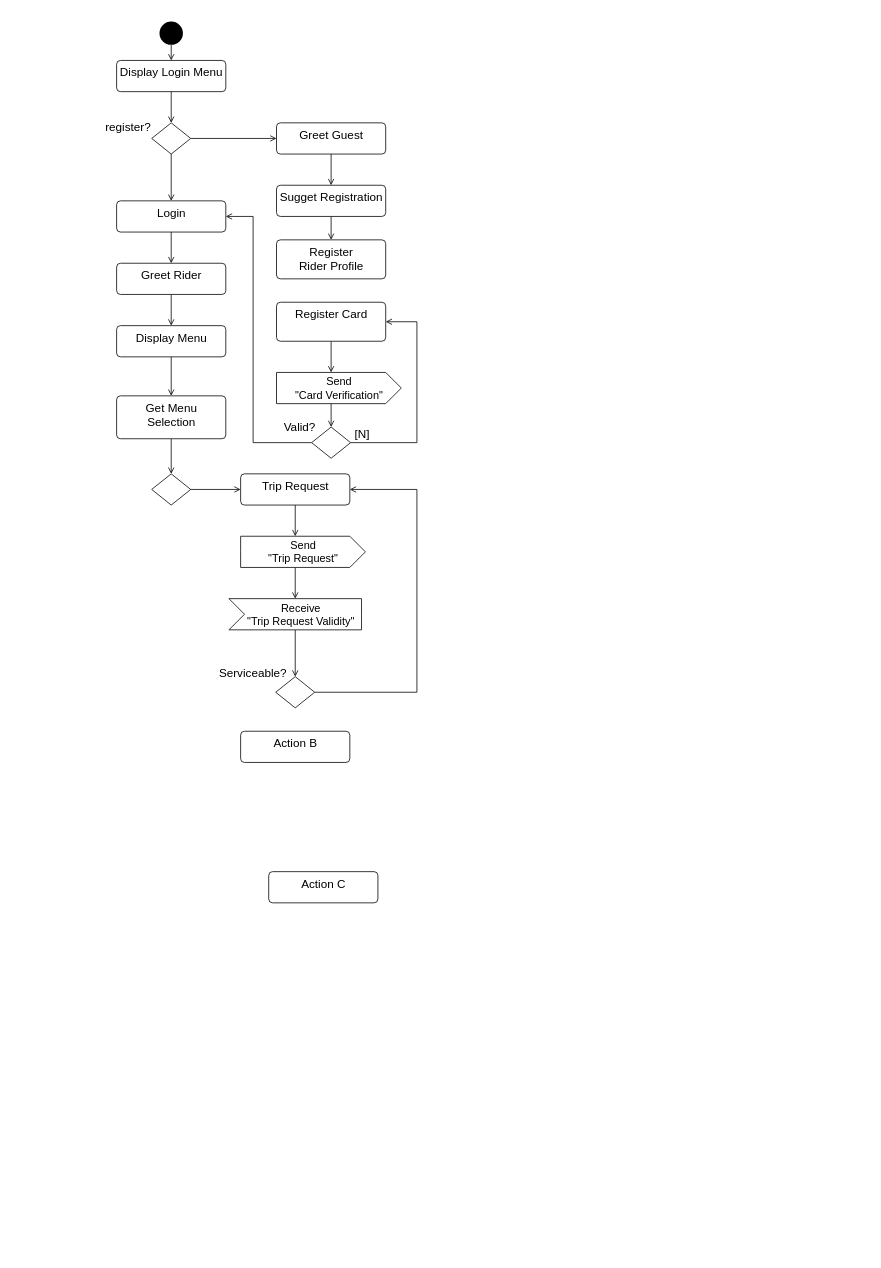
Earlier version of the draw.io diagram page "Page-4" (4 of 4) of diagram.drawio (mypark3424/AbstractFactoryChallenge). Source tidied: cells renumbered, new cells numbered last; positions are measured from the earlier drawing's top-left corner, leaving out a move shared by most shapes. Both pictures are drawn from the tidied source at 78%, with x=0, y=0 at pixel (105, 21).
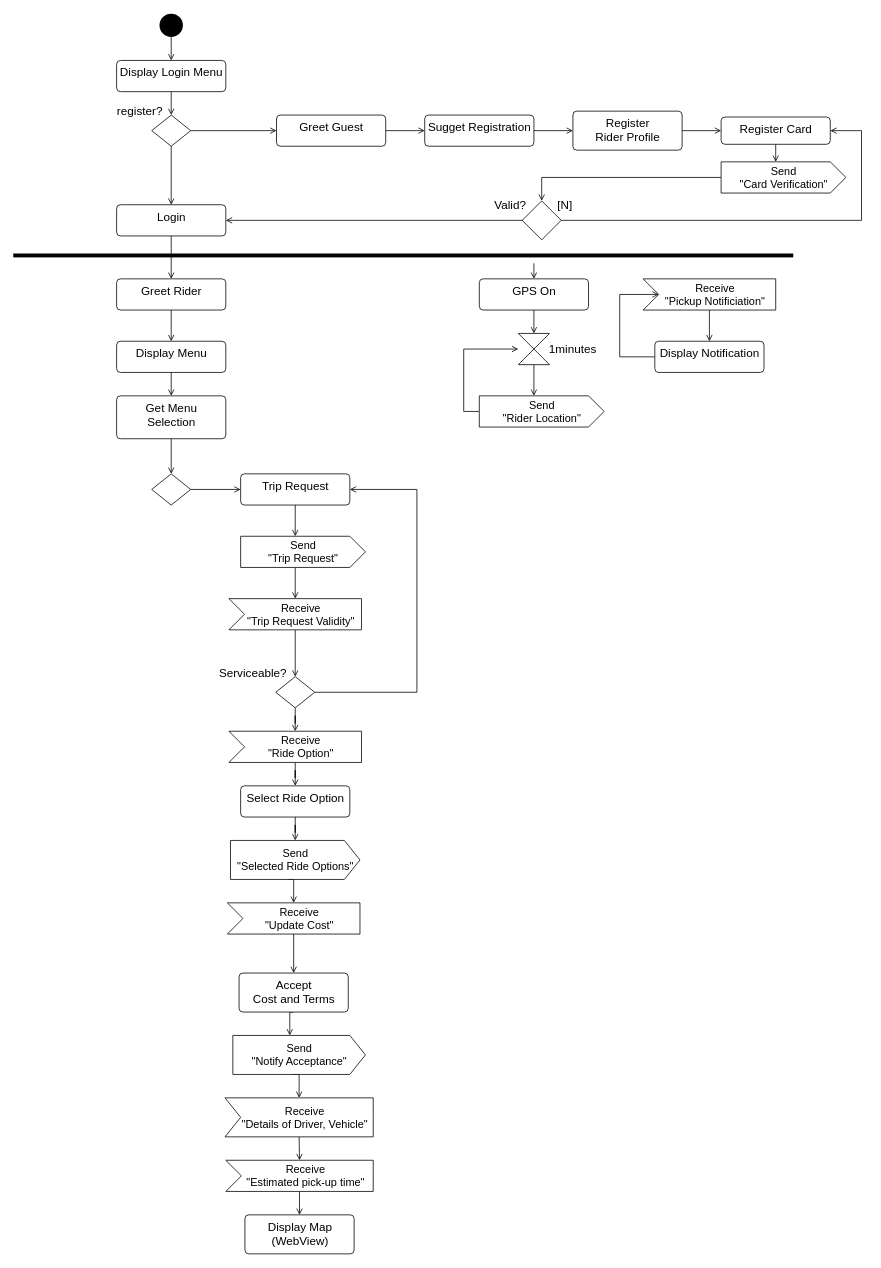
Above is the later version.

Unchanged cells that the change refers to:
```xml
<mxCell id="42" style="rhombus;whiteSpace=wrap;html=1;fontFamily=Helvetica;fontSize=15;fontColor=default;" parent="1" vertex="1">
  <mxGeometry x="219" y="840" width="50" height="40" as="geometry" />
</mxCell>
```

What changed in the source:
```diff
@@
     <mxCell id="3" value="ㅑㅜ" style="ellipse;fillColor=#000000;strokeColor=none;fontFamily=Helvetica;fontSize=15;fontColor=default;" parent="1" vertex="1">
-      <mxGeometry x="70" width="30" height="30" as="geometry" />
+      <mxGeometry x="70" y="-10" width="30" height="30" as="geometry" />
     </mxCell>
@@
     <mxCell id="8" style="rhombus;whiteSpace=wrap;html=1;fontFamily=Helvetica;fontSize=15;fontColor=default;" parent="1" vertex="1">
-      <mxGeometry x="60" y="130" width="50" height="40" as="geometry" />
+      <mxGeometry x="60" y="120" width="50" height="40" as="geometry" />
     </mxCell>
     <mxCell id="9" value="register?" style="text;html=1;strokeColor=none;fillColor=none;align=center;verticalAlign=middle;whiteSpace=wrap;rounded=0;fontFamily=Helvetica;fontSize=15;fontColor=default;" parent="1" vertex="1">
-      <mxGeometry y="120" width="60" height="30" as="geometry" />
+      <mxGeometry x="15" y="100" width="60" height="30" as="geometry" />
     </mxCell>
-    <mxCell id="10" style="edgeStyle=none;shape=connector;rounded=0;jettySize=auto;html=1;exitX=0.5;exitY=1;exitDx=0;exitDy=0;labelBackgroundColor=default;fontFamily=Helvetica;fontSize=15;fontColor=default;endArrow=open;endFill=0;strokeColor=default;" parent="1" edge="1" source="11" target="13">
+    <mxCell id="10" style="edgeStyle=none;shape=connector;rounded=0;jettySize=auto;html=1;exitX=1;exitY=0.5;exitDx=0;exitDy=0;labelBackgroundColor=default;fontFamily=Helvetica;fontSize=15;fontColor=default;endArrow=open;endFill=0;strokeColor=default;" parent="1" edge="1" source="11" target="13">
       <mxGeometry relative="1" as="geometry" />
     </mxCell>
     <mxCell id="11" value="Greet Guest" style="html=1;align=center;verticalAlign=top;rounded=1;absoluteArcSize=1;arcSize=10;dashed=0;fontFamily=Helvetica;fontSize=15;fontColor=default;" parent="1" vertex="1">
-      <mxGeometry x="220" y="130" width="140" height="40" as="geometry" />
+      <mxGeometry x="220" y="120" width="140" height="40" as="geometry" />
     </mxCell>
-    <mxCell id="12" style="edgeStyle=orthogonalEdgeStyle;shape=connector;rounded=0;jettySize=auto;html=1;exitX=0.5;exitY=1;exitDx=0;exitDy=0;entryX=0.5;entryY=0;entryDx=0;entryDy=0;labelBackgroundColor=default;fontFamily=Helvetica;fontSize=15;fontColor=default;endArrow=open;endFill=0;strokeColor=default;" parent="1" edge="1" source="13" target="26">
+    <mxCell id="12" style="edgeStyle=orthogonalEdgeStyle;shape=connector;rounded=0;jettySize=auto;html=1;exitX=1;exitY=0.5;exitDx=0;exitDy=0;entryX=0;entryY=0.5;entryDx=0;entryDy=0;labelBackgroundColor=default;fontFamily=Helvetica;fontSize=15;fontColor=default;endArrow=open;endFill=0;strokeColor=default;" parent="1" edge="1" source="13" target="26">
       <mxGeometry relative="1" as="geometry" />
     </mxCell>
     <mxCell id="13" value="Sugget Registration" style="html=1;align=center;verticalAlign=top;rounded=1;absoluteArcSize=1;arcSize=10;dashed=0;fontFamily=Helvetica;fontSize=15;fontColor=default;" parent="1" vertex="1">
-      <mxGeometry x="220" y="210" width="140" height="40" as="geometry" />
+      <mxGeometry x="410" y="120" width="140" height="40" as="geometry" />
     </mxCell>
@@
     <mxCell id="15" value="Greet Rider" style="html=1;align=center;verticalAlign=top;rounded=1;absoluteArcSize=1;arcSize=10;dashed=0;fontFamily=Helvetica;fontSize=15;fontColor=default;" parent="1" vertex="1">
-      <mxGeometry x="15" y="310" width="140" height="40" as="geometry" />
+      <mxGeometry x="15" y="330" width="140" height="40" as="geometry" />
     </mxCell>
@@
     <mxCell id="17" value="Display Menu" style="html=1;align=center;verticalAlign=top;rounded=1;absoluteArcSize=1;arcSize=10;dashed=0;fontFamily=Helvetica;fontSize=15;fontColor=default;" parent="1" vertex="1">
-      <mxGeometry x="15" y="390" width="140" height="40" as="geometry" />
+      <mxGeometry x="15" y="410" width="140" height="40" as="geometry" />
     </mxCell>
@@
+    <mxCell id="46" style="edgeStyle=orthogonalEdgeStyle;shape=connector;rounded=0;jettySize=auto;html=1;exitX=0.5;exitY=1;exitDx=0;exitDy=0;labelBackgroundColor=default;fontFamily=Helvetica;fontSize=15;fontColor=default;endArrow=open;endFill=0;strokeColor=default;" parent="1" edge="1" source="24" target="53">
+      <mxGeometry relative="1" as="geometry" />
+    </mxCell>
-    <mxCell id="24" value="Action B" style="html=1;align=center;verticalAlign=top;rounded=1;absoluteArcSize=1;arcSize=10;dashed=0;fontFamily=Helvetica;fontSize=15;fontColor=default;" parent="1" vertex="1">
-      <mxGeometry x="174" y="910" width="140" height="40" as="geometry" />
+    <mxCell id="24" value="Select Ride Option" style="html=1;align=center;verticalAlign=top;rounded=1;absoluteArcSize=1;arcSize=10;dashed=0;fontFamily=Helvetica;fontSize=15;fontColor=default;" parent="1" vertex="1">
+      <mxGeometry x="174" y="980" width="140" height="40" as="geometry" />
     </mxCell>
+    <mxCell id="47" style="edgeStyle=orthogonalEdgeStyle;shape=connector;rounded=0;jettySize=auto;html=1;exitX=0.5;exitY=1;exitDx=0;exitDy=0;entryX=0;entryY=0;entryDx=73;entryDy=0;entryPerimeter=0;labelBackgroundColor=default;fontFamily=Helvetica;fontSize=15;fontColor=default;endArrow=open;endFill=0;strokeColor=default;" parent="1" edge="1" source="25" target="57">
+      <mxGeometry relative="1" as="geometry" />
+    </mxCell>
-    <mxCell id="25" value="Action C" style="html=1;align=center;verticalAlign=top;rounded=1;absoluteArcSize=1;arcSize=10;dashed=0;fontFamily=Helvetica;fontSize=15;fontColor=default;" parent="1" vertex="1">
-      <mxGeometry x="210" y="1090" width="140" height="40" as="geometry" />
+    <mxCell id="25" value="Accept &lt;br&gt;Cost and Terms" style="html=1;align=center;verticalAlign=top;rounded=1;absoluteArcSize=1;arcSize=10;dashed=0;fontFamily=Helvetica;fontSize=15;fontColor=default;" parent="1" vertex="1">
+      <mxGeometry x="172" y="1220" width="140" height="50" as="geometry" />
     </mxCell>
+    <mxCell id="48" style="edgeStyle=orthogonalEdgeStyle;shape=connector;rounded=0;jettySize=auto;html=1;exitX=1;exitY=0.5;exitDx=0;exitDy=0;entryX=0;entryY=0.5;entryDx=0;entryDy=0;labelBackgroundColor=default;fontFamily=Helvetica;fontSize=15;fontColor=default;endArrow=open;endFill=0;strokeColor=default;" parent="1" edge="1" source="26" target="31">
+      <mxGeometry relative="1" as="geometry" />
+    </mxCell>
     <mxCell id="26" value="Register &lt;br&gt;Rider Profile" style="html=1;align=center;verticalAlign=top;rounded=1;absoluteArcSize=1;arcSize=10;dashed=0;fontFamily=Helvetica;fontSize=15;fontColor=default;" parent="1" vertex="1">
-      <mxGeometry x="220" y="280" width="140" height="50" as="geometry" />
+      <mxGeometry x="600" y="115" width="140" height="50" as="geometry" />
     </mxCell>
@@
     <mxCell id="28" value="Login" style="html=1;align=center;verticalAlign=top;rounded=1;absoluteArcSize=1;arcSize=10;dashed=0;fontFamily=Helvetica;fontSize=15;fontColor=default;" parent="1" vertex="1">
-      <mxGeometry x="15" y="230" width="140" height="40" as="geometry" />
+      <mxGeometry x="15" y="235" width="140" height="40" as="geometry" />
     </mxCell>
@@
     <mxCell id="31" value="Register Card" style="html=1;align=center;verticalAlign=top;rounded=1;absoluteArcSize=1;arcSize=10;dashed=0;fontFamily=Helvetica;fontSize=15;fontColor=default;" parent="1" vertex="1">
-      <mxGeometry x="220" y="360" width="140" height="50" as="geometry" />
+      <mxGeometry x="790" y="122.5" width="140" height="35" as="geometry" />
     </mxCell>
-    <mxCell id="32" style="edgeStyle=orthogonalEdgeStyle;shape=connector;rounded=0;jettySize=auto;html=1;exitX=0;exitY=0;exitDx=70;exitDy=40;exitPerimeter=0;entryX=0.5;entryY=0;entryDx=0;entryDy=0;labelBackgroundColor=default;fontFamily=Helvetica;fontSize=15;fontColor=default;endArrow=open;endFill=0;strokeColor=default;" parent="1" edge="1" source="33" target="36">
+    <mxCell id="32" style="edgeStyle=orthogonalEdgeStyle;shape=connector;rounded=0;jettySize=auto;html=1;exitX=0;exitY=0;exitDx=0;exitDy=20;exitPerimeter=0;entryX=0.5;entryY=0;entryDx=0;entryDy=0;labelBackgroundColor=default;fontFamily=Helvetica;fontSize=15;fontColor=default;endArrow=open;endFill=0;strokeColor=default;" parent="1" edge="1" source="33" target="36">
       <mxGeometry relative="1" as="geometry" />
     </mxCell>
     <mxCell id="33" value="Send&lt;br&gt;&quot;Card Verification&quot;" style="html=1;shape=mxgraph.infographic.ribbonSimple;notch1=0;notch2=20;align=center;verticalAlign=middle;fontSize=14;fontStyle=0;fillColor=#FFFFFF;fontFamily=Helvetica;fontColor=default;" parent="1" vertex="1">
-      <mxGeometry x="220" y="450" width="160" height="40" as="geometry" />
+      <mxGeometry x="790" y="180" width="160" height="40" as="geometry" />
     </mxCell>
     <mxCell id="34" style="edgeStyle=orthogonalEdgeStyle;shape=connector;rounded=0;jettySize=auto;html=1;exitX=1;exitY=0.5;exitDx=0;exitDy=0;entryX=1;entryY=0.5;entryDx=0;entryDy=0;labelBackgroundColor=default;fontFamily=Helvetica;fontSize=15;fontColor=default;endArrow=open;endFill=0;strokeColor=default;" parent="1" edge="1" source="36" target="31">
       <mxGeometry relative="1" as="geometry">
         <Array as="points">
-          <mxPoint x="400" y="540" />
-          <mxPoint x="400" y="385" />
+          <mxPoint x="970" y="255" />
+          <mxPoint x="970" y="140" />
         </Array>
       </mxGeometry>
     </mxCell>
     <mxCell id="35" style="edgeStyle=orthogonalEdgeStyle;shape=connector;rounded=0;jettySize=auto;html=1;exitX=0;exitY=0.5;exitDx=0;exitDy=0;entryX=1;entryY=0.5;entryDx=0;entryDy=0;labelBackgroundColor=default;fontFamily=Helvetica;fontSize=15;fontColor=default;endArrow=open;endFill=0;strokeColor=default;" parent="1" edge="1" source="36" target="28">
       <mxGeometry relative="1" as="geometry">
         <Array as="points">
-          <mxPoint x="190" y="540" />
-          <mxPoint x="190" y="250" />
+          <mxPoint x="550" y="255" />
+          <mxPoint x="550" y="255" />
         </Array>
       </mxGeometry>
     </mxCell>
     <mxCell id="36" style="rhombus;whiteSpace=wrap;html=1;fontFamily=Helvetica;fontSize=15;fontColor=default;" parent="1" vertex="1">
-      <mxGeometry x="265" y="520" width="50" height="40" as="geometry" />
+      <mxGeometry x="535" y="230" width="50" height="50" as="geometry" />
     </mxCell>
     <mxCell id="37" value="Valid?" style="text;html=1;strokeColor=none;fillColor=none;align=center;verticalAlign=middle;whiteSpace=wrap;rounded=0;fontFamily=Helvetica;fontSize=15;fontColor=default;" parent="1" vertex="1">
-      <mxGeometry x="220" y="505" width="60" height="30" as="geometry" />
+      <mxGeometry x="490" y="220" width="60" height="30" as="geometry" />
     </mxCell>
     <mxCell id="38" value="[N]" style="text;html=1;strokeColor=none;fillColor=none;align=center;verticalAlign=middle;whiteSpace=wrap;rounded=0;fontFamily=Helvetica;fontSize=15;fontColor=default;" parent="1" vertex="1">
-      <mxGeometry x="300" y="513" width="60" height="30" as="geometry" />
+      <mxGeometry x="560" y="220" width="60" height="30" as="geometry" />
     </mxCell>
@@
+    <mxCell id="49" style="edgeStyle=orthogonalEdgeStyle;shape=connector;rounded=0;jettySize=auto;html=1;exitX=0.5;exitY=1;exitDx=0;exitDy=0;labelBackgroundColor=default;fontFamily=Helvetica;fontSize=15;fontColor=default;endArrow=open;endFill=0;strokeColor=default;" parent="1" edge="1" source="42" target="51">
+      <mxGeometry relative="1" as="geometry" />
+    </mxCell>
@@
+    <mxCell id="50" style="edgeStyle=orthogonalEdgeStyle;shape=connector;rounded=0;jettySize=auto;html=1;exitX=0;exitY=0;exitDx=85;exitDy=40;exitPerimeter=0;labelBackgroundColor=default;fontFamily=Helvetica;fontSize=15;fontColor=default;endArrow=open;endFill=0;strokeColor=default;" parent="1" edge="1" source="51" target="24">
+      <mxGeometry relative="1" as="geometry" />
+    </mxCell>
+    <mxCell id="51" value="Receive&lt;br&gt;&quot;Ride Option&quot;" style="html=1;shape=mxgraph.infographic.ribbonSimple;notch1=20;notch2=0;align=center;verticalAlign=middle;fontSize=14;fontStyle=0;fillColor=#FFFFFF;flipH=0;spacingRight=0;spacingLeft=14;fontFamily=Helvetica;fontColor=default;" parent="1" vertex="1">
+      <mxGeometry x="159" y="910" width="170" height="40" as="geometry" />
+    </mxCell>
+    <mxCell id="52" style="edgeStyle=orthogonalEdgeStyle;shape=connector;rounded=0;jettySize=auto;html=1;exitX=0;exitY=0;exitDx=73;exitDy=50;exitPerimeter=0;entryX=0;entryY=0;entryDx=85;entryDy=0;entryPerimeter=0;labelBackgroundColor=default;fontFamily=Helvetica;fontSize=15;fontColor=default;endArrow=open;endFill=0;strokeColor=default;" parent="1" edge="1" source="53" target="55">
+      <mxGeometry relative="1" as="geometry" />
+    </mxCell>
+    <mxCell id="53" value="Send&lt;br&gt;&quot;Selected Ride Options&quot;" style="html=1;shape=mxgraph.infographic.ribbonSimple;notch1=0;notch2=20;align=center;verticalAlign=middle;fontSize=14;fontStyle=0;fillColor=#FFFFFF;fontFamily=Helvetica;fontColor=default;" parent="1" vertex="1">
+      <mxGeometry x="161" y="1050" width="166" height="50" as="geometry" />
+    </mxCell>
+    <mxCell id="54" style="edgeStyle=orthogonalEdgeStyle;shape=connector;rounded=0;jettySize=auto;html=1;exitX=0;exitY=0;exitDx=85;exitDy=40;exitPerimeter=0;labelBackgroundColor=default;fontFamily=Helvetica;fontSize=15;fontColor=default;endArrow=open;endFill=0;strokeColor=default;" parent="1" edge="1" source="55" target="25">
+      <mxGeometry relative="1" as="geometry" />
+    </mxCell>
+    <mxCell id="55" value="Receive&lt;br&gt;&quot;Update Cost&quot;" style="html=1;shape=mxgraph.infographic.ribbonSimple;notch1=20;notch2=0;align=center;verticalAlign=middle;fontSize=14;fontStyle=0;fillColor=#FFFFFF;flipH=0;spacingRight=0;spacingLeft=14;fontFamily=Helvetica;fontColor=default;" parent="1" vertex="1">
+      <mxGeometry x="157" y="1130" width="170" height="40" as="geometry" />
+    </mxCell>
+    <mxCell id="56" style="edgeStyle=orthogonalEdgeStyle;shape=connector;rounded=0;jettySize=auto;html=1;exitX=0;exitY=0;exitDx=75;exitDy=50;exitPerimeter=0;entryX=0;entryY=0;entryDx=95;entryDy=0;entryPerimeter=0;labelBackgroundColor=default;fontFamily=Helvetica;fontSize=15;fontColor=default;startArrow=none;startFill=0;endArrow=open;endFill=0;strokeColor=default;" parent="1" edge="1" source="57" target="59">
+      <mxGeometry relative="1" as="geometry" />
+    </mxCell>
+    <mxCell id="57" value="Send&lt;br&gt;&quot;Notify Acceptance&quot;" style="html=1;shape=mxgraph.infographic.ribbonSimple;notch1=0;notch2=20;align=center;verticalAlign=middle;fontSize=14;fontStyle=0;fillColor=#FFFFFF;fontFamily=Helvetica;fontColor=default;" parent="1" vertex="1">
+      <mxGeometry x="164" y="1300" width="170" height="50" as="geometry" />
+    </mxCell>
+    <mxCell id="58" style="edgeStyle=orthogonalEdgeStyle;shape=connector;rounded=0;jettySize=auto;html=1;exitX=0;exitY=0;exitDx=95;exitDy=50;exitPerimeter=0;entryX=0;entryY=0;entryDx=94.5;entryDy=0;entryPerimeter=0;labelBackgroundColor=default;fontFamily=Helvetica;fontSize=15;fontColor=default;startArrow=none;startFill=0;endArrow=open;endFill=0;strokeColor=default;" parent="1" edge="1" source="59" target="70">
+      <mxGeometry relative="1" as="geometry" />
+    </mxCell>
+    <mxCell id="59" value="Receive&lt;br&gt;&quot;Details of Driver, Vehicle&quot;" style="html=1;shape=mxgraph.infographic.ribbonSimple;notch1=20;notch2=0;align=center;verticalAlign=middle;fontSize=14;fontStyle=0;fillColor=#FFFFFF;flipH=0;spacingRight=0;spacingLeft=14;fontFamily=Helvetica;fontColor=default;" parent="1" vertex="1">
+      <mxGeometry x="154" y="1380" width="190" height="50" as="geometry" />
+    </mxCell>
+    <mxCell id="60" style="html=1;perimeter=orthogonalPerimeter;fillColor=#000000;strokeColor=none;fontFamily=Helvetica;fontSize=15;fontColor=default;rotation=-90;" parent="1" vertex="1">
+      <mxGeometry x="380" y="-200" width="5" height="1000" as="geometry" />
+    </mxCell>
+    <mxCell id="61" style="edgeStyle=orthogonalEdgeStyle;shape=connector;rounded=0;jettySize=auto;html=1;exitX=0.5;exitY=0;exitDx=0;exitDy=0;labelBackgroundColor=default;fontFamily=Helvetica;fontSize=15;fontColor=default;endArrow=none;endFill=0;strokeColor=default;startArrow=open;startFill=0;" parent="1" edge="1" source="63">
+      <mxGeometry relative="1" as="geometry">
+        <mxPoint x="550" y="310" as="targetPoint" />
+      </mxGeometry>
+    </mxCell>
+    <mxCell id="62" style="edgeStyle=orthogonalEdgeStyle;shape=connector;rounded=0;jettySize=auto;html=1;exitX=0.5;exitY=1;exitDx=0;exitDy=0;entryX=0.5;entryY=0;entryDx=0;entryDy=0;labelBackgroundColor=default;fontFamily=Helvetica;fontSize=15;fontColor=default;startArrow=none;startFill=0;endArrow=open;endFill=0;strokeColor=default;" parent="1" edge="1" source="63" target="67">
+      <mxGeometry relative="1" as="geometry" />
+    </mxCell>
+    <mxCell id="63" value="GPS On" style="html=1;align=center;verticalAlign=top;rounded=1;absoluteArcSize=1;arcSize=10;dashed=0;fontFamily=Helvetica;fontSize=15;fontColor=default;" parent="1" vertex="1">
+      <mxGeometry x="480" y="330" width="140" height="40" as="geometry" />
+    </mxCell>
+    <mxCell id="64" style="edgeStyle=orthogonalEdgeStyle;shape=connector;rounded=0;jettySize=auto;html=1;exitX=0;exitY=0;exitDx=0;exitDy=20;exitPerimeter=0;entryX=0;entryY=0.5;entryDx=0;entryDy=0;labelBackgroundColor=default;fontFamily=Helvetica;fontSize=15;fontColor=default;startArrow=none;startFill=0;endArrow=open;endFill=0;strokeColor=default;" parent="1" edge="1" source="65" target="67">
+      <mxGeometry relative="1" as="geometry" />
+    </mxCell>
+    <mxCell id="65" value="Send&lt;br&gt;&quot;Rider Location&quot;" style="html=1;shape=mxgraph.infographic.ribbonSimple;notch1=0;notch2=20;align=center;verticalAlign=middle;fontSize=14;fontStyle=0;fillColor=#FFFFFF;fontFamily=Helvetica;fontColor=default;" parent="1" vertex="1">
+      <mxGeometry x="480" y="480" width="160" height="40" as="geometry" />
+    </mxCell>
+    <mxCell id="66" style="edgeStyle=orthogonalEdgeStyle;shape=connector;rounded=0;jettySize=auto;html=1;exitX=0.5;exitY=1;exitDx=0;exitDy=0;entryX=0;entryY=0;entryDx=70;entryDy=0;entryPerimeter=0;labelBackgroundColor=default;fontFamily=Helvetica;fontSize=15;fontColor=default;startArrow=none;startFill=0;endArrow=open;endFill=0;strokeColor=default;" parent="1" edge="1" source="67" target="65">
+      <mxGeometry relative="1" as="geometry" />
+    </mxCell>
+    <mxCell id="67" style="shape=collate;whiteSpace=wrap;html=1;fontFamily=Helvetica;fontSize=15;fontColor=default;" parent="1" vertex="1">
+      <mxGeometry x="530" y="400" width="40" height="40" as="geometry" />
+    </mxCell>
+    <mxCell id="68" value="1minutes" style="text;html=1;strokeColor=none;fillColor=none;align=center;verticalAlign=middle;whiteSpace=wrap;rounded=0;fontFamily=Helvetica;fontSize=15;fontColor=default;" parent="1" vertex="1">
+      <mxGeometry x="570" y="405" width="60" height="30" as="geometry" />
+    </mxCell>
+    <mxCell id="69" style="edgeStyle=orthogonalEdgeStyle;shape=connector;rounded=0;jettySize=auto;html=1;exitX=0;exitY=0;exitDx=94.5;exitDy=40;exitPerimeter=0;entryX=0.5;entryY=0;entryDx=0;entryDy=0;labelBackgroundColor=default;fontFamily=Helvetica;fontSize=15;fontColor=default;startArrow=none;startFill=0;endArrow=open;endFill=0;strokeColor=default;" parent="1" edge="1" source="70" target="75">
+      <mxGeometry relative="1" as="geometry" />
+    </mxCell>
+    <mxCell id="70" value="Receive&lt;br&gt;&quot;Estimated pick-up time&quot;" style="html=1;shape=mxgraph.infographic.ribbonSimple;notch1=20;notch2=0;align=center;verticalAlign=middle;fontSize=14;fontStyle=0;fillColor=#FFFFFF;flipH=0;spacingRight=0;spacingLeft=14;fontFamily=Helvetica;fontColor=default;" parent="1" vertex="1">
+      <mxGeometry x="155" y="1460" width="189" height="40" as="geometry" />
+    </mxCell>
+    <mxCell id="71" style="edgeStyle=orthogonalEdgeStyle;shape=connector;rounded=0;jettySize=auto;html=1;exitX=0;exitY=0;exitDx=85;exitDy=40;exitPerimeter=0;entryX=0.5;entryY=0;entryDx=0;entryDy=0;labelBackgroundColor=default;fontFamily=Helvetica;fontSize=15;fontColor=default;startArrow=none;startFill=0;endArrow=open;endFill=0;strokeColor=default;" parent="1" edge="1" source="72" target="74">
+      <mxGeometry relative="1" as="geometry" />
+    </mxCell>
+    <mxCell id="72" value="Receive&lt;br&gt;&quot;Pickup Notificiation&quot;" style="html=1;shape=mxgraph.infographic.ribbonSimple;notch1=20;notch2=0;align=center;verticalAlign=middle;fontSize=14;fontStyle=0;fillColor=#FFFFFF;flipH=0;spacingRight=0;spacingLeft=14;fontFamily=Helvetica;fontColor=default;" parent="1" vertex="1">
+      <mxGeometry x="690" y="330" width="170" height="40" as="geometry" />
+    </mxCell>
+    <mxCell id="73" style="edgeStyle=orthogonalEdgeStyle;shape=connector;rounded=0;jettySize=auto;html=1;exitX=0;exitY=0.5;exitDx=0;exitDy=0;entryX=0;entryY=0;entryDx=20;entryDy=20;entryPerimeter=0;labelBackgroundColor=default;fontFamily=Helvetica;fontSize=15;fontColor=default;startArrow=none;startFill=0;endArrow=open;endFill=0;strokeColor=default;" parent="1" edge="1" source="74" target="72">
+      <mxGeometry relative="1" as="geometry">
+        <Array as="points">
+          <mxPoint x="660" y="430" />
+          <mxPoint x="660" y="350" />
+        </Array>
+      </mxGeometry>
+    </mxCell>
+    <mxCell id="74" value="Display Notification" style="html=1;align=center;verticalAlign=top;rounded=1;absoluteArcSize=1;arcSize=10;dashed=0;fontFamily=Helvetica;fontSize=15;fontColor=default;" parent="1" vertex="1">
+      <mxGeometry x="705" y="410" width="140" height="40" as="geometry" />
+    </mxCell>
+    <mxCell id="75" value="Display Map&lt;br&gt;(WebView)" style="html=1;align=center;verticalAlign=top;rounded=1;absoluteArcSize=1;arcSize=10;dashed=0;fontFamily=Helvetica;fontSize=15;fontColor=default;" parent="1" vertex="1">
+      <mxGeometry x="179.5" y="1530" width="140" height="50" as="geometry" />
+    </mxCell>
```
